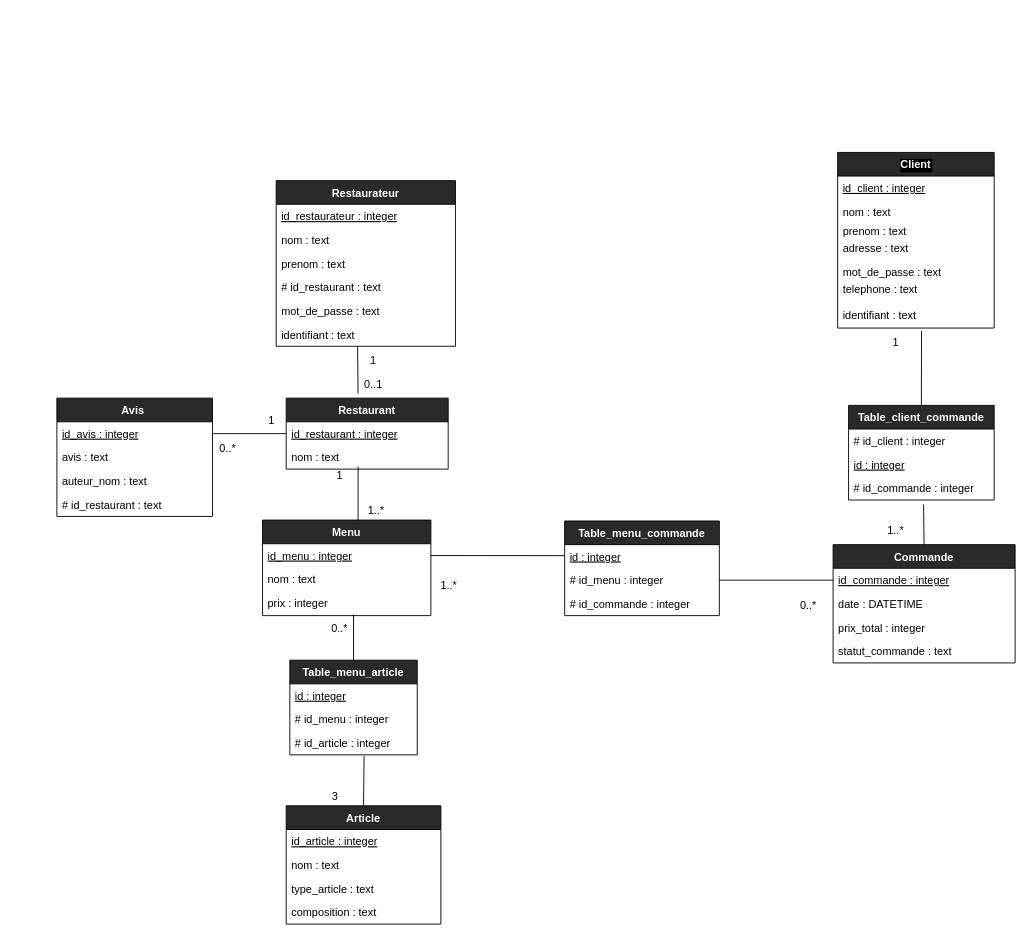
Above: diagrammes/diagramme_physique.drawio in TheAIWizard/Ensaeats (draw.io), before the change. Source tidied: cells renumbered, new cells numbered last; positions are measured from the earlier drawing's top-left corner, leaving out a move shared by most shapes. Both pictures are drawn from the tidied source at 91%, with x=0, y=0 at pixel (56, 152).
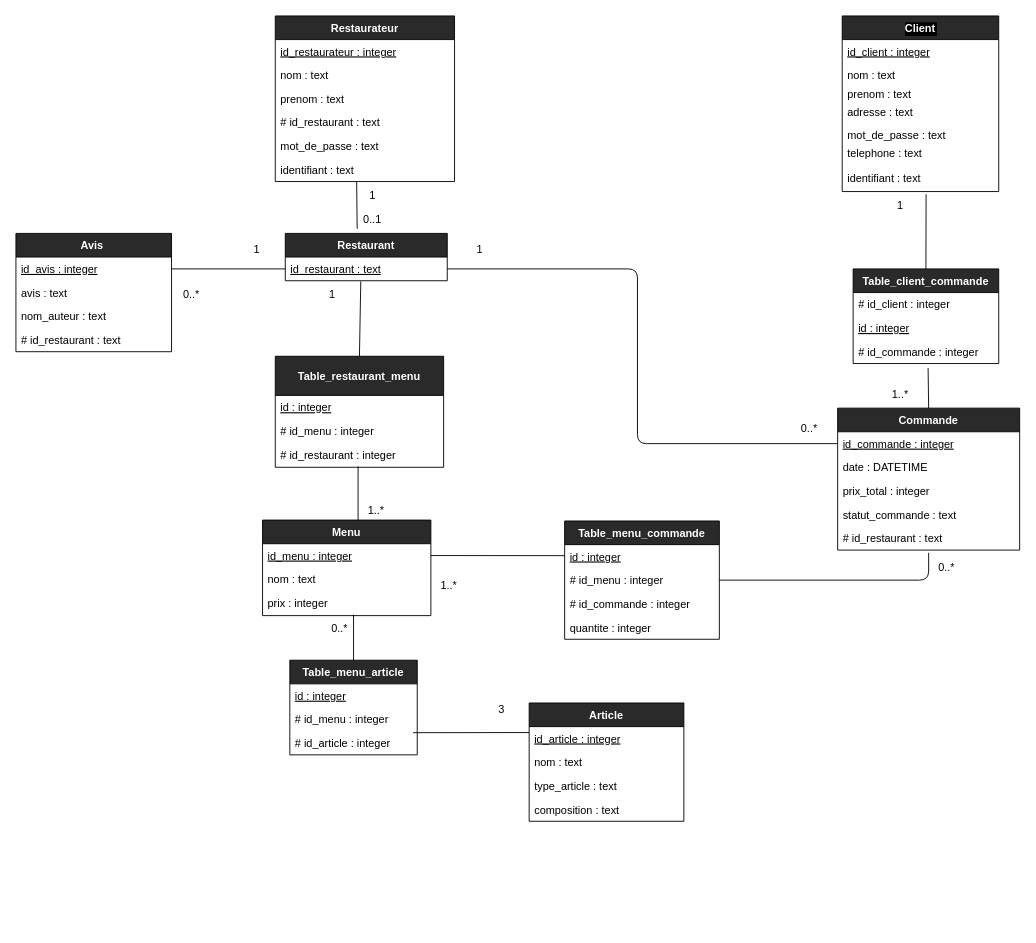
After the change.

Commit message (it also covers changes not shown here):
diag logique des data

The change refers to these unchanged cells:
```xml
<mxCell id="14" value="identifiant : text" style="text;strokeColor=none;fillColor=none;align=left;verticalAlign=top;spacingLeft=4;spacingRight=4;overflow=hidden;points=[[0,0.5],[1,0.5]];portConstraint=eastwest;labelBackgroundColor=#ffffff;fontColor=#000000;" parent="8" vertex="1">
  <mxGeometry y="156" width="197" height="26" as="geometry" />
</mxCell>
<mxCell id="38" value="# id_article : integer" style="text;strokeColor=none;fillColor=none;align=left;verticalAlign=top;spacingLeft=4;spacingRight=4;overflow=hidden;points=[[0,0.5],[1,0.5]];portConstraint=eastwest;fontColor=#000000;" parent="35" vertex="1">
  <mxGeometry y="78" width="140" height="26" as="geometry" />
</mxCell>
<mxCell id="53" value="id_commande : integer" style="text;strokeColor=none;fillColor=none;align=left;verticalAlign=top;spacingLeft=4;spacingRight=4;overflow=hidden;points=[[0,0.5],[1,0.5]];portConstraint=eastwest;fontStyle=4;fontColor=#000000;" parent="52" vertex="1">
  <mxGeometry y="26" width="200" height="26" as="geometry" />
</mxCell>
<mxCell id="62" value="# id_menu : integer" style="text;strokeColor=none;fillColor=none;align=left;verticalAlign=top;spacingLeft=4;spacingRight=4;overflow=hidden;points=[[0,0.5],[1,0.5]];portConstraint=eastwest;fontColor=#000000;" parent="60" vertex="1">
  <mxGeometry y="52" width="170" height="26" as="geometry" />
</mxCell>
```

What changed in the source:
```diff
@@
-    <mxCell id="2" value="&lt;font color=&quot;#000000&quot;&gt;0..1&lt;/font&gt;" style="text;html=1;strokeColor=none;fillColor=none;align=center;verticalAlign=middle;whiteSpace=wrap;rounded=1;" parent="1" vertex="1">
-      <mxGeometry x="328" y="245" width="40" height="20" as="geometry" />
+    <mxCell id="2" value="&lt;font color=&quot;#000000&quot;&gt;0..1&lt;/font&gt;" style="text;html=1;strokeColor=none;fillColor=none;align=center;verticalAlign=middle;whiteSpace=wrap;rounded=1;arcSize=50;" parent="1" vertex="1">
+      <mxGeometry x="327" y="64" width="40" height="20" as="geometry" />
     </mxCell>
     <mxCell id="3" value="&lt;font color=&quot;#000000&quot;&gt;1&lt;/font&gt;" style="text;html=1;strokeColor=none;fillColor=none;align=center;verticalAlign=middle;whiteSpace=wrap;rounded=1;arcSize=0;" parent="1" vertex="1">
-      <mxGeometry x="902" y="199" width="40" height="20" as="geometry" />
+      <mxGeometry x="907" y="49" width="40" height="20" as="geometry" />
     </mxCell>
     <mxCell id="4" value="&lt;font color=&quot;#000000&quot;&gt;1..*&lt;/font&gt;" style="text;html=1;strokeColor=none;fillColor=none;align=center;verticalAlign=middle;whiteSpace=wrap;rounded=1;arcSize=0;" parent="1" vertex="1">
-      <mxGeometry x="902" y="406" width="40" height="20" as="geometry" />
+      <mxGeometry x="907" y="256" width="40" height="20" as="geometry" />
     </mxCell>
-    <mxCell id="5" value="&lt;font color=&quot;#000000&quot;&gt;1&lt;/font&gt;" style="text;html=1;strokeColor=none;fillColor=none;align=center;verticalAlign=middle;whiteSpace=wrap;rounded=1;" parent="1" vertex="1">
-      <mxGeometry x="328" y="219" width="40" height="20" as="geometry" />
+    <mxCell id="5" value="&lt;font color=&quot;#000000&quot;&gt;1&lt;/font&gt;" style="text;html=1;strokeColor=none;fillColor=none;align=center;verticalAlign=middle;whiteSpace=wrap;rounded=1;arcSize=50;" parent="1" vertex="1">
+      <mxGeometry x="327" y="38" width="40" height="20" as="geometry" />
     </mxCell>
@@
     <mxCell id="8" value="Restaurateur" style="swimlane;fontStyle=1;horizontal=1;startSize=26;rounded=0;shadow=0;glass=0;sketch=0;fillColor=#2a2a2a;fontColor=#FFFFFF;" parent="1" vertex="1">
-      <mxGeometry x="241" y="31" width="197" height="182" as="geometry" />
+      <mxGeometry x="240" y="-150" width="197" height="182" as="geometry" />
     </mxCell>
@@
     <mxCell id="15" value="Restaurant" style="swimlane;fontStyle=1;horizontal=1;startSize=26;rounded=0;shadow=0;glass=0;sketch=0;fillColor=#2a2a2a;fontColor=#FFFFFF;" parent="1" vertex="1">
-      <mxGeometry x="252" y="270" width="178" height="78" as="geometry" />
+      <mxGeometry x="251" y="89" width="178" height="52" as="geometry" />
     </mxCell>
-    <mxCell id="16" value="id_restaurant : integer" style="text;strokeColor=none;fillColor=none;align=left;verticalAlign=top;spacingLeft=4;spacingRight=4;overflow=hidden;points=[[0,0.5],[1,0.5]];portConstraint=eastwest;fontStyle=4;fontColor=#000000;" parent="15" vertex="1">
+    <mxCell id="16" value="id_restaurant : text" style="text;strokeColor=none;fillColor=none;align=left;verticalAlign=top;spacingLeft=4;spacingRight=4;overflow=hidden;points=[[0,0.5],[1,0.5]];portConstraint=eastwest;fontStyle=4;fontColor=#000000;" parent="15" vertex="1">
       <mxGeometry y="26" width="178" height="26" as="geometry" />
     </mxCell>
-    <mxCell id="17" value="nom : text" style="text;strokeColor=none;fillColor=none;align=left;verticalAlign=top;spacingLeft=4;spacingRight=4;overflow=hidden;rounded=0;shadow=0;glass=0;sketch=0;fontColor=#000000;" parent="15" vertex="1">
-      <mxGeometry y="52" width="178" height="26" as="geometry" />
-    </mxCell>
     <mxCell id="18" style="endArrow=none;html=1;strokeColor=#000000;entryX=0.454;entryY=1;entryDx=0;entryDy=0;entryPerimeter=0;" parent="1" edge="1" target="14">
       <mxGeometry relative="1" as="geometry">
-        <mxPoint x="331" y="265" as="sourcePoint" />
+        <mxPoint x="330" y="84" as="sourcePoint" />
       </mxGeometry>
     </mxCell>
@@
     <mxCell id="24" value="&lt;font color=&quot;#000000&quot;&gt;1&lt;/font&gt;" style="text;html=1;strokeColor=none;fillColor=none;align=center;verticalAlign=middle;whiteSpace=wrap;rounded=0;shadow=0;glass=0;sketch=0;" parent="1" vertex="1">
-      <mxGeometry x="291" y="345" width="40" height="20" as="geometry" />
+      <mxGeometry x="283" y="147" width="40" height="20" as="geometry" />
     </mxCell>
@@
-    <mxCell id="26" style="edgeStyle=none;html=1;exitX=0.5;exitY=0;exitDx=0;exitDy=0;entryX=0.583;entryY=1.049;entryDx=0;entryDy=0;entryPerimeter=0;endArrow=none;endFill=0;strokeColor=#000000;" parent="1" edge="1" source="27" target="38">
+    <mxCell id="26" style="edgeStyle=none;html=1;exitX=0;exitY=0.25;exitDx=0;exitDy=0;entryX=0.967;entryY=0.064;entryDx=0;entryDy=0;endArrow=none;endFill=0;strokeColor=#000000;entryPerimeter=0;" parent="1" edge="1" source="27" target="38">
       <mxGeometry relative="1" as="geometry" />
     </mxCell>
     <mxCell id="27" value="Article" style="swimlane;fontStyle=1;horizontal=1;startSize=26;rounded=0;shadow=0;glass=0;sketch=0;fillColor=#2a2a2a;fontColor=#FFFFFF;" parent="1" vertex="1">
-      <mxGeometry x="252" y="718" width="170" height="130" as="geometry" />
+      <mxGeometry x="519" y="605" width="170" height="130" as="geometry" />
     </mxCell>
@@
     <mxCell id="33" value="&lt;font color=&quot;#000000&quot;&gt;3&lt;/font&gt;" style="text;html=1;strokeColor=none;fillColor=none;align=center;verticalAlign=middle;whiteSpace=wrap;rounded=0;shadow=0;glass=0;sketch=0;" parent="1" vertex="1">
-      <mxGeometry x="286" y="698" width="40" height="20" as="geometry" />
+      <mxGeometry x="469" y="602" width="40" height="20" as="geometry" />
     </mxCell>
@@
     <mxCell id="39" value="Client" style="swimlane;fontStyle=1;horizontal=1;startSize=26;rounded=0;shadow=0;glass=0;sketch=0;fillColor=#2a2a2a;labelBackgroundColor=#000000;fontColor=#FFFFFF;" parent="1" vertex="1">
-      <mxGeometry x="858" width="172" height="193" as="geometry" />
+      <mxGeometry x="863" y="-150" width="172" height="193" as="geometry" />
     </mxCell>
@@
     <mxCell id="47" value="Table_client_commande" style="swimlane;fontStyle=1;horizontal=1;startSize=26;rounded=0;shadow=0;glass=0;sketch=0;fillColor=#2a2a2a;fontColor=#FFFFFF;" parent="1" vertex="1">
-      <mxGeometry x="870" y="278" width="160" height="104" as="geometry" />
+      <mxGeometry x="875" y="128" width="160" height="104" as="geometry" />
     </mxCell>
@@
     <mxCell id="52" value="Commande" style="swimlane;fontStyle=1;horizontal=1;startSize=26;rounded=0;shadow=0;glass=0;sketch=0;fillColor=#2a2a2a;fontColor=#FFFFFF;" parent="1" vertex="1">
-      <mxGeometry x="853" y="431" width="200" height="130" as="geometry" />
+      <mxGeometry x="858" y="281" width="200" height="156" as="geometry" />
     </mxCell>
@@
+    <mxCell id="73" value="# id_restaurant : text" style="text;strokeColor=none;fillColor=none;align=left;verticalAlign=top;spacingLeft=4;spacingRight=4;overflow=hidden;rounded=0;shadow=0;glass=0;sketch=0;fontColor=#000000;" parent="52" vertex="1">
+      <mxGeometry y="130" width="200" height="26" as="geometry" />
+    </mxCell>
-    <mxCell id="57" style="endArrow=none;html=1;exitX=1;exitY=0.5;exitDx=0;exitDy=0;entryX=0;entryY=0.5;entryDx=0;entryDy=0;strokeColor=#000000;" parent="1" edge="1" source="62" target="53">
-      <mxGeometry relative="1" as="geometry" />
+    <mxCell id="57" style="endArrow=none;html=1;exitX=1;exitY=0.5;exitDx=0;exitDy=0;strokeColor=#000000;" parent="1" edge="1" source="62">
+      <mxGeometry relative="1" as="geometry">
+        <mxPoint x="958" y="440" as="targetPoint" />
+        <Array as="points">
+          <mxPoint x="958" y="470" />
+        </Array>
+      </mxGeometry>
     </mxCell>
@@
     <mxCell id="59" value="&lt;font color=&quot;#000000&quot;&gt;0..*&lt;/font&gt;" style="text;html=1;strokeColor=none;fillColor=none;align=center;verticalAlign=middle;whiteSpace=wrap;rounded=0;shadow=0;glass=0;sketch=0;" parent="1" vertex="1">
-      <mxGeometry x="806" y="488" width="40" height="20" as="geometry" />
+      <mxGeometry x="958" y="446.5" width="40" height="20" as="geometry" />
     </mxCell>
     <mxCell id="60" value="Table_menu_commande" style="swimlane;fontStyle=1;horizontal=1;startSize=26;rounded=0;shadow=0;glass=0;sketch=0;fillColor=#2a2a2a;fontColor=#FFFFFF;" parent="1" vertex="1">
-      <mxGeometry x="558" y="405" width="170" height="104" as="geometry" />
+      <mxGeometry x="558" y="405" width="170" height="130" as="geometry" />
     </mxCell>
@@
+    <mxCell id="74" value="quantite : integer" style="text;strokeColor=none;fillColor=none;align=left;verticalAlign=top;spacingLeft=4;spacingRight=4;overflow=hidden;fontColor=#000000;" parent="60" vertex="1">
+      <mxGeometry y="104" width="170" height="26" as="geometry" />
+    </mxCell>
     <mxCell id="64" value="Avis " style="swimlane;fontStyle=1;horizontal=1;startSize=26;rounded=0;shadow=0;glass=0;sketch=0;fillColor=#2a2a2a;fontColor=#FFFFFF;" parent="1" vertex="1">
-      <mxGeometry y="270" width="171" height="130" as="geometry" />
+      <mxGeometry x="-45" y="89" width="171" height="130" as="geometry" />
     </mxCell>
@@
-    <mxCell id="67" value="auteur_nom : text" style="text;strokeColor=none;fillColor=none;align=left;verticalAlign=top;spacingLeft=4;spacingRight=4;overflow=hidden;fontColor=#000000;" parent="64" vertex="1">
+    <mxCell id="67" value="nom_auteur : text" style="text;strokeColor=none;fillColor=none;align=left;verticalAlign=top;spacingLeft=4;spacingRight=4;overflow=hidden;fontColor=#000000;" parent="64" vertex="1">
       <mxGeometry y="78" width="171" height="26" as="geometry" />
     </mxCell>
@@
     <mxCell id="70" value="&lt;font color=&quot;#000000&quot;&gt;0..*&lt;/font&gt;" style="text;html=1;strokeColor=none;fillColor=none;align=center;verticalAlign=middle;whiteSpace=wrap;rounded=0;shadow=0;glass=0;sketch=0;" parent="1" vertex="1">
-      <mxGeometry x="168" y="316" width="40" height="20" as="geometry" />
+      <mxGeometry x="128" y="147" width="40" height="20" as="geometry" />
     </mxCell>
     <mxCell id="71" value="&lt;font color=&quot;#000000&quot;&gt;1&lt;/font&gt;" style="text;html=1;strokeColor=none;fillColor=none;align=center;verticalAlign=middle;whiteSpace=wrap;rounded=0;shadow=0;glass=0;sketch=0;" parent="1" vertex="1">
-      <mxGeometry x="216" y="285" width="40" height="20" as="geometry" />
+      <mxGeometry x="200" y="97" width="40" height="20" as="geometry" />
     </mxCell>
@@
+    <mxCell id="75" value="Table_restaurant_menu" style="swimlane;fontStyle=1;horizontal=1;startSize=43;rounded=0;shadow=0;glass=0;sketch=0;fillColor=#2a2a2a;fontColor=#FFFFFF;" parent="1" vertex="1">
+      <mxGeometry x="240" y="224" width="185" height="122" as="geometry" />
+    </mxCell>
+    <mxCell id="76" value="id : integer" style="text;strokeColor=none;fillColor=none;align=left;verticalAlign=top;spacingLeft=4;spacingRight=4;overflow=hidden;fontStyle=4;fontColor=#000000;" parent="75" vertex="1">
+      <mxGeometry y="43" width="185" height="26" as="geometry" />
+    </mxCell>
+    <mxCell id="77" value="# id_menu : integer" style="text;strokeColor=none;fillColor=none;align=left;verticalAlign=top;spacingLeft=4;spacingRight=4;overflow=hidden;fontColor=#000000;" parent="75" vertex="1">
+      <mxGeometry y="69" width="185" height="26" as="geometry" />
+    </mxCell>
+    <mxCell id="78" value="# id_restaurant : integer" style="text;strokeColor=none;fillColor=none;align=left;verticalAlign=top;spacingLeft=4;spacingRight=4;overflow=hidden;fontColor=#000000;" parent="75" vertex="1">
+      <mxGeometry y="95" width="185" height="27" as="geometry" />
+    </mxCell>
+    <mxCell id="79" style="endArrow=none;html=1;exitX=0.5;exitY=0;exitDx=0;exitDy=0;strokeColor=#000000;entryX=0.466;entryY=1.026;entryDx=0;entryDy=0;entryPerimeter=0;" parent="1" edge="1" source="75" target="16">
+      <mxGeometry relative="1" as="geometry" />
+    </mxCell>
+    <mxCell id="80" style="endArrow=none;html=1;exitX=1;exitY=0.5;exitDx=0;exitDy=0;entryX=0;entryY=0.5;entryDx=0;entryDy=0;strokeColor=#000000;" parent="1" edge="1" source="16" target="53">
+      <mxGeometry relative="1" as="geometry">
+        <Array as="points">
+          <mxPoint x="638" y="128" />
+          <mxPoint x="638" y="320" />
+        </Array>
+      </mxGeometry>
+    </mxCell>
+    <mxCell id="81" value="&lt;font color=&quot;#000000&quot;&gt;1&lt;/font&gt;" style="text;html=1;strokeColor=none;fillColor=none;align=center;verticalAlign=middle;whiteSpace=wrap;rounded=0;shadow=0;glass=0;sketch=0;" parent="1" vertex="1">
+      <mxGeometry x="445" y="97" width="40" height="20" as="geometry" />
+    </mxCell>
+    <mxCell id="82" value="&lt;font color=&quot;#000000&quot;&gt;0..*&lt;/font&gt;" style="text;html=1;strokeColor=none;fillColor=none;align=center;verticalAlign=middle;whiteSpace=wrap;rounded=0;shadow=0;glass=0;sketch=0;" parent="1" vertex="1">
+      <mxGeometry x="807" y="294" width="40" height="20" as="geometry" />
+    </mxCell>
```
